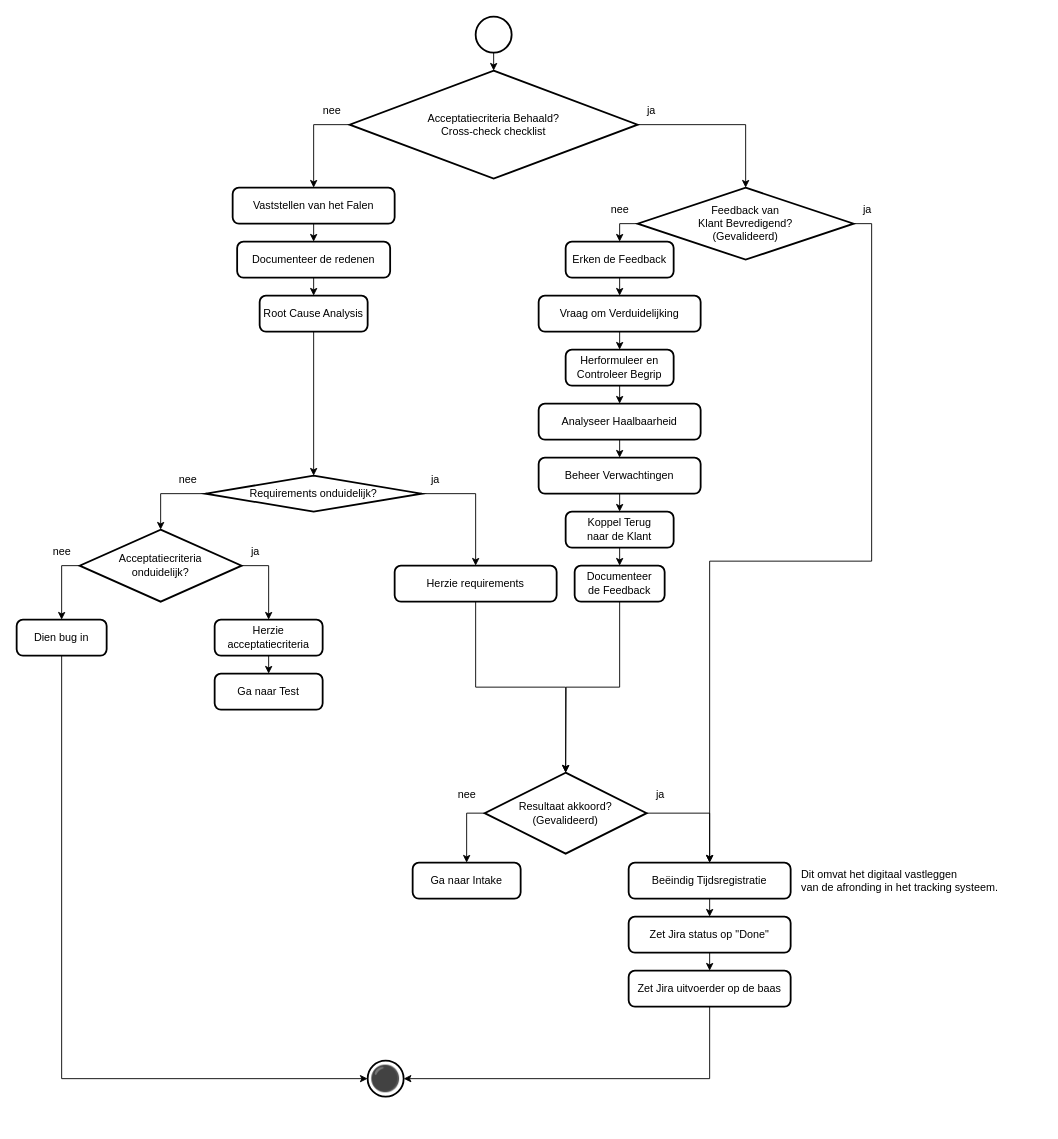
Above: 6 Issue Tracker review.drawio in Zaibatsu89/IssueTracker (draw.io), before the change. Source tidied: cells renumbered, new cells numbered last; positions are measured from the earlier drawing's top-left corner, leaving out a move shared by most shapes. Both pictures are drawn from the tidied source at 90%, with x=0, y=0 at pixel (16, 16).
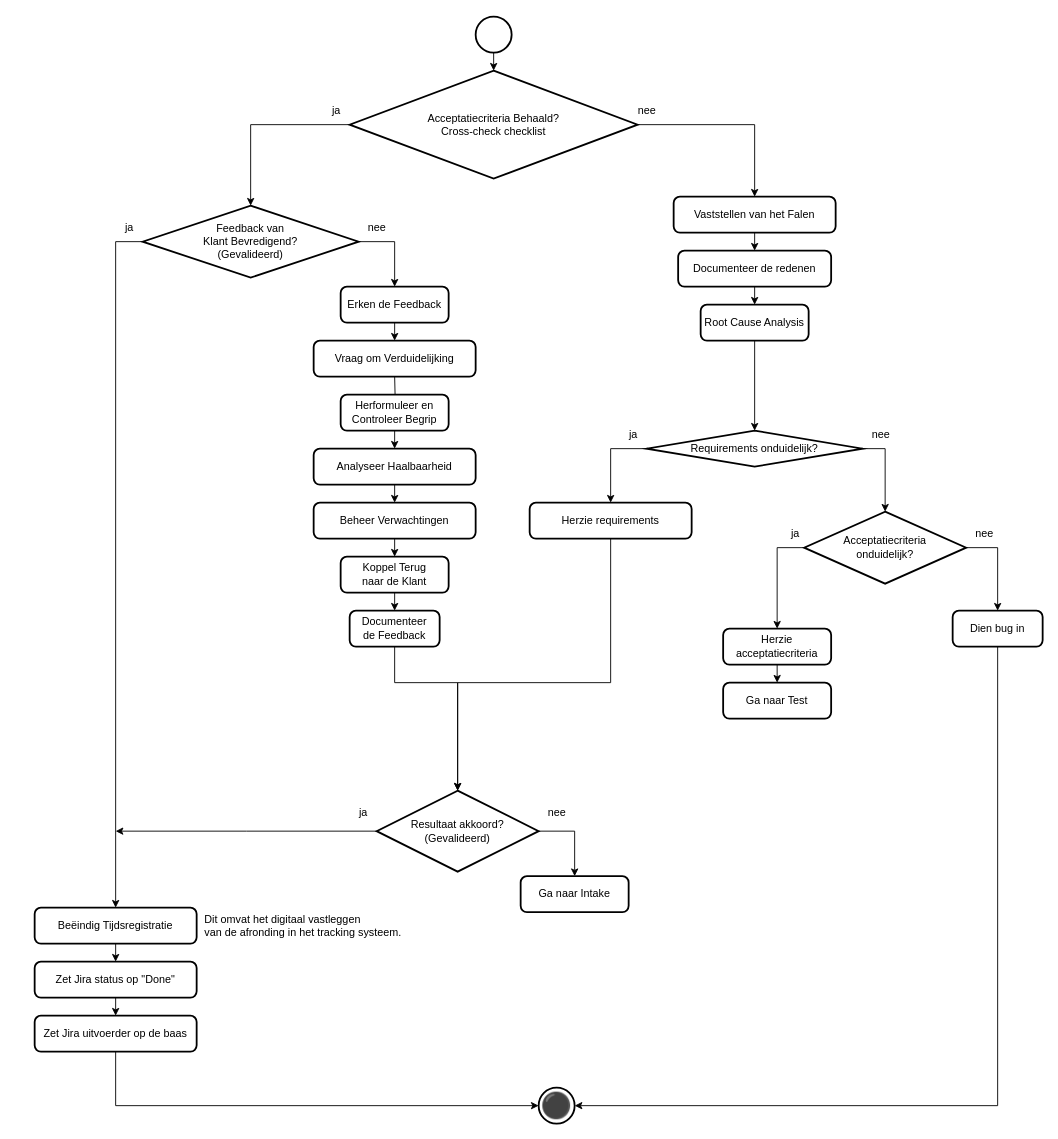
The same page after the edit.

Commit message:
Wissel ja en nee in review flowchart

The change refers to these unchanged cells:
```xml
<mxCell id="4" value="Acceptatiecriteria Behaald?&lt;br&gt;Cross-check checklist" style="strokeWidth=2;html=1;shape=mxgraph.flowchart.decision;whiteSpace=wrap;" parent="1" vertex="1">
  <mxGeometry x="370" y="60" width="320" height="120" as="geometry" />
</mxCell>
```

What changed in the source:
```diff
@@
-    <mxCell id="3" style="edgeStyle=orthogonalEdgeStyle;rounded=0;jettySize=auto;html=1;exitX=0;exitY=0.5;exitDx=0;exitDy=0;exitPerimeter=0;entryX=0.5;entryY=0;entryDx=0;entryDy=0;" parent="1" edge="1" source="4" target="7">
+    <mxCell id="3" style="edgeStyle=orthogonalEdgeStyle;rounded=0;jettySize=auto;html=1;exitX=1;exitY=0.5;exitDx=0;exitDy=0;exitPerimeter=0;entryX=0.5;entryY=0;entryDx=0;entryDy=0;" parent="1" edge="1" source="4" target="7">
       <mxGeometry relative="1" as="geometry" />
     </mxCell>
@@
     <mxCell id="7" value="Vaststellen van het Falen" style="rounded=1;whiteSpace=wrap;html=1;absoluteArcSize=1;arcSize=14;strokeWidth=2;" parent="1" vertex="1">
-      <mxGeometry x="240" y="190" width="180" height="40" as="geometry" />
+      <mxGeometry x="730" y="200" width="180" height="40" as="geometry" />
     </mxCell>
-    <mxCell id="8" value="nee" style="text;html=1;align=center;verticalAlign=middle;strokeColor=none;fillColor=none;" parent="1" vertex="1">
-      <mxGeometry x="330" y="90" width="40" height="30" as="geometry" />
+    <mxCell id="8" value="ja" style="text;html=1;align=center;verticalAlign=middle;strokeColor=none;fillColor=none;" parent="1" vertex="1">
+      <mxGeometry x="340" y="90" width="30" height="30" as="geometry" />
     </mxCell>
@@
     <mxCell id="10" value="Documenteer de redenen" style="rounded=1;whiteSpace=wrap;html=1;absoluteArcSize=1;arcSize=14;strokeWidth=2;" parent="1" vertex="1">
-      <mxGeometry x="245" y="250" width="170" height="40" as="geometry" />
+      <mxGeometry x="735" y="260" width="170" height="40" as="geometry" />
     </mxCell>
-    <mxCell id="11" style="edgeStyle=orthogonalEdgeStyle;rounded=0;jettySize=auto;html=1;exitX=0;exitY=0.5;exitDx=0;exitDy=0;exitPerimeter=0;entryX=0.5;entryY=0;entryDx=0;entryDy=0;" parent="1" edge="1" source="13" target="16">
+    <mxCell id="11" style="edgeStyle=orthogonalEdgeStyle;rounded=0;jettySize=auto;html=1;exitX=1;exitY=0.5;exitDx=0;exitDy=0;exitPerimeter=0;entryX=0.5;entryY=0;entryDx=0;entryDy=0;" parent="1" edge="1" source="13" target="16">
       <mxGeometry relative="1" as="geometry" />
     </mxCell>
-    <mxCell id="12" style="edgeStyle=orthogonalEdgeStyle;rounded=0;jettySize=auto;html=1;exitX=1;exitY=0.5;exitDx=0;exitDy=0;exitPerimeter=0;entryX=0.5;entryY=0;entryDx=0;entryDy=0;" parent="1" edge="1" source="13" target="18">
+    <mxCell id="12" style="edgeStyle=orthogonalEdgeStyle;rounded=0;jettySize=auto;html=1;exitX=0;exitY=0.5;exitDx=0;exitDy=0;exitPerimeter=0;entryX=0.5;entryY=0;entryDx=0;entryDy=0;" parent="1" edge="1" source="13" target="18">
       <mxGeometry relative="1" as="geometry" />
     </mxCell>
     <mxCell id="13" value="Feedback van&lt;br&gt;Klant Bevredigend?&lt;br&gt;(Gevalideerd)" style="strokeWidth=2;html=1;shape=mxgraph.flowchart.decision;whiteSpace=wrap;" parent="1" vertex="1">
-      <mxGeometry x="690" y="190" width="240" height="80" as="geometry" />
+      <mxGeometry x="140" y="210" width="240" height="80" as="geometry" />
     </mxCell>
-    <mxCell id="14" value="ja" style="text;html=1;align=center;verticalAlign=middle;strokeColor=none;fillColor=none;" parent="1" vertex="1">
-      <mxGeometry x="690" y="90" width="30" height="30" as="geometry" />
+    <mxCell id="14" value="nee" style="text;html=1;align=center;verticalAlign=middle;strokeColor=none;fillColor=none;" parent="1" vertex="1">
+      <mxGeometry x="680" y="90" width="40" height="30" as="geometry" />
     </mxCell>
     <mxCell id="15" style="edgeStyle=orthogonalEdgeStyle;rounded=0;jettySize=auto;html=1;exitX=0.5;exitY=1;exitDx=0;exitDy=0;entryX=0.5;entryY=0;entryDx=0;entryDy=0;" parent="1" edge="1" source="16">
       <mxGeometry relative="1" as="geometry">
-        <mxPoint x="670" y="310" as="targetPoint" />
+        <mxPoint x="420" y="360" as="targetPoint" />
       </mxGeometry>
     </mxCell>
     <mxCell id="16" value="Erken de Feedback" style="rounded=1;whiteSpace=wrap;html=1;absoluteArcSize=1;arcSize=14;strokeWidth=2;" parent="1" vertex="1">
-      <mxGeometry x="610" y="250" width="120" height="40" as="geometry" />
+      <mxGeometry x="360" y="300" width="120" height="40" as="geometry" />
     </mxCell>
@@
     <mxCell id="18" value="Beëindig Tijdsregistratie" style="rounded=1;whiteSpace=wrap;html=1;absoluteArcSize=1;arcSize=14;strokeWidth=2;" parent="1" vertex="1">
-      <mxGeometry x="680" y="940" width="180" height="40" as="geometry" />
+      <mxGeometry x="20" y="990" width="180" height="40" as="geometry" />
     </mxCell>
-    <mxCell id="19" value="nee" style="text;html=1;align=center;verticalAlign=middle;strokeColor=none;fillColor=none;" parent="1" vertex="1">
-      <mxGeometry x="650" y="200" width="40" height="30" as="geometry" />
-    </mxCell>
-    <mxCell id="20" value="ja" style="text;html=1;align=center;verticalAlign=middle;strokeColor=none;fillColor=none;" parent="1" vertex="1">
-      <mxGeometry x="930" y="200" width="30" height="30" as="geometry" />
+    <mxCell id="20" value="nee" style="text;html=1;align=center;verticalAlign=middle;strokeColor=none;fillColor=none;" parent="1" vertex="1">
+      <mxGeometry x="380" y="220" width="40" height="30" as="geometry" />
     </mxCell>
     <mxCell id="21" value="⚫" style="strokeWidth=2;html=1;shape=mxgraph.flowchart.start_2;whiteSpace=wrap;fontSize=28;" parent="1" vertex="1">
-      <mxGeometry x="390" y="1160" width="40" height="40" as="geometry" />
+      <mxGeometry x="580" y="1190" width="40" height="40" as="geometry" />
     </mxCell>
@@
     <mxCell id="23" value="Zet Jira status op &quot;Done&quot;" style="rounded=1;whiteSpace=wrap;html=1;absoluteArcSize=1;arcSize=14;strokeWidth=2;" parent="1" vertex="1">
-      <mxGeometry x="680" y="1000" width="180" height="40" as="geometry" />
+      <mxGeometry x="20" y="1050" width="180" height="40" as="geometry" />
     </mxCell>
     <mxCell id="24" value="Zet Jira uitvoerder op de baas" style="rounded=1;whiteSpace=wrap;html=1;absoluteArcSize=1;arcSize=14;strokeWidth=2;" parent="1" vertex="1">
-      <mxGeometry x="680" y="1060" width="180" height="40" as="geometry" />
+      <mxGeometry x="20" y="1110" width="180" height="40" as="geometry" />
     </mxCell>
     <mxCell id="25" value="Root Cause Analysis" style="rounded=1;whiteSpace=wrap;html=1;absoluteArcSize=1;arcSize=14;strokeWidth=2;" parent="1" vertex="1">
-      <mxGeometry x="270" y="310" width="120" height="40" as="geometry" />
+      <mxGeometry x="760" y="320" width="120" height="40" as="geometry" />
     </mxCell>
-    <mxCell id="26" style="edgeStyle=orthogonalEdgeStyle;rounded=0;jettySize=auto;html=1;exitX=1;exitY=0.5;exitDx=0;exitDy=0;exitPerimeter=0;entryX=0.5;entryY=0;entryDx=0;entryDy=0;" parent="1" edge="1" source="27" target="29">
+    <mxCell id="26" style="edgeStyle=orthogonalEdgeStyle;rounded=0;jettySize=auto;html=1;exitX=0;exitY=0.5;exitDx=0;exitDy=0;exitPerimeter=0;entryX=0.5;entryY=0;entryDx=0;entryDy=0;" parent="1" edge="1" source="27" target="29">
       <mxGeometry relative="1" as="geometry" />
     </mxCell>
     <mxCell id="27" value="Requirements onduidelijk?" style="strokeWidth=2;html=1;shape=mxgraph.flowchart.decision;whiteSpace=wrap;" parent="1" vertex="1">
-      <mxGeometry x="210" y="510" width="240" height="40" as="geometry" />
+      <mxGeometry x="700" y="460" width="240" height="40" as="geometry" />
     </mxCell>
@@
     <mxCell id="29" value="Herzie requirements" style="rounded=1;whiteSpace=wrap;html=1;absoluteArcSize=1;arcSize=14;strokeWidth=2;" parent="1" vertex="1">
-      <mxGeometry x="420" y="610" width="180" height="40" as="geometry" />
+      <mxGeometry x="570" y="540" width="180" height="40" as="geometry" />
     </mxCell>
+    <mxCell id="31" style="edgeStyle=orthogonalEdgeStyle;rounded=0;jettySize=auto;html=1;exitX=1;exitY=0.5;exitDx=0;exitDy=0;exitPerimeter=0;entryX=0.5;entryY=0;entryDx=0;entryDy=0;" parent="1" edge="1" source="32" target="38">
+      <mxGeometry relative="1" as="geometry" />
+    </mxCell>
-    <mxCell id="30" style="edgeStyle=orthogonalEdgeStyle;rounded=0;jettySize=auto;html=1;exitX=1;exitY=0.5;exitDx=0;exitDy=0;exitPerimeter=0;entryX=0.5;entryY=0;entryDx=0;entryDy=0;" parent="1" edge="1" source="32" target="37">
+    <mxCell id="30" style="edgeStyle=orthogonalEdgeStyle;rounded=0;jettySize=auto;html=1;entryX=0.5;entryY=0;entryDx=0;entryDy=0;exitX=0;exitY=0.5;exitDx=0;exitDy=0;exitPerimeter=0;" parent="1" edge="1" source="32" target="37">
       <mxGeometry relative="1" as="geometry" />
     </mxCell>
-    <mxCell id="31" style="edgeStyle=orthogonalEdgeStyle;rounded=0;jettySize=auto;html=1;exitX=0;exitY=0.5;exitDx=0;exitDy=0;exitPerimeter=0;entryX=0.5;entryY=0;entryDx=0;entryDy=0;" parent="1" edge="1" source="32" target="38">
-      <mxGeometry relative="1" as="geometry" />
-    </mxCell>
     <mxCell id="32" value="Acceptatiecriteria&lt;br&gt;onduidelijk?" style="strokeWidth=2;html=1;shape=mxgraph.flowchart.decision;whiteSpace=wrap;" parent="1" vertex="1">
-      <mxGeometry x="70" y="570" width="180" height="80" as="geometry" />
+      <mxGeometry x="875" y="550" width="180" height="80" as="geometry" />
     </mxCell>
-    <mxCell id="33" style="edgeStyle=orthogonalEdgeStyle;rounded=0;jettySize=auto;html=1;exitX=0;exitY=0.5;exitDx=0;exitDy=0;exitPerimeter=0;entryX=0.5;entryY=0;entryDx=0;entryDy=0;entryPerimeter=0;" parent="1" edge="1" source="27" target="32">
-      <mxGeometry relative="1" as="geometry" />
-    </mxCell>
-    <mxCell id="34" value="ja" style="text;html=1;align=center;verticalAlign=middle;strokeColor=none;fillColor=none;" parent="1" vertex="1">
-      <mxGeometry x="450" y="500" width="30" height="30" as="geometry" />
+    <mxCell id="34" value="nee" style="text;html=1;align=center;verticalAlign=middle;strokeColor=none;fillColor=none;" parent="1" vertex="1">
+      <mxGeometry x="940" y="450" width="40" height="30" as="geometry" />
     </mxCell>
-    <mxCell id="35" value="nee" style="text;html=1;align=center;verticalAlign=middle;strokeColor=none;fillColor=none;" parent="1" vertex="1">
-      <mxGeometry x="170" y="500" width="40" height="30" as="geometry" />
+    <mxCell id="35" value="ja" style="text;html=1;align=center;verticalAlign=middle;strokeColor=none;fillColor=none;" parent="1" vertex="1">
+      <mxGeometry x="670" y="450" width="30" height="30" as="geometry" />
     </mxCell>
@@
     <mxCell id="37" value="Herzie&lt;br&gt;acceptatiecriteria" style="rounded=1;whiteSpace=wrap;html=1;absoluteArcSize=1;arcSize=14;strokeWidth=2;" parent="1" vertex="1">
-      <mxGeometry x="220" y="670" width="120" height="40" as="geometry" />
+      <mxGeometry x="785" y="680" width="120" height="40" as="geometry" />
     </mxCell>
     <mxCell id="38" value="Dien bug in" style="rounded=1;whiteSpace=wrap;html=1;absoluteArcSize=1;arcSize=14;strokeWidth=2;" parent="1" vertex="1">
-      <mxGeometry y="670" width="100" height="40" as="geometry" />
+      <mxGeometry x="1040" y="660" width="100" height="40" as="geometry" />
     </mxCell>
     <mxCell id="39" value="Ga naar Test" style="rounded=1;whiteSpace=wrap;html=1;absoluteArcSize=1;arcSize=14;strokeWidth=2;" parent="1" vertex="1">
-      <mxGeometry x="220" y="730" width="120" height="40" as="geometry" />
+      <mxGeometry x="785" y="740" width="120" height="40" as="geometry" />
     </mxCell>
-    <mxCell id="40" value="nee" style="text;html=1;align=center;verticalAlign=middle;strokeColor=none;fillColor=none;" parent="1" vertex="1">
-      <mxGeometry x="30" y="580" width="40" height="30" as="geometry" />
+    <mxCell id="40" value="ja" style="text;html=1;align=center;verticalAlign=middle;strokeColor=none;fillColor=none;" parent="1" vertex="1">
+      <mxGeometry x="850" y="560" width="30" height="30" as="geometry" />
     </mxCell>
-    <mxCell id="41" value="ja" style="text;html=1;align=center;verticalAlign=middle;strokeColor=none;fillColor=none;" parent="1" vertex="1">
-      <mxGeometry x="250" y="580" width="30" height="30" as="geometry" />
+    <mxCell id="41" value="nee" style="text;html=1;align=center;verticalAlign=middle;strokeColor=none;fillColor=none;" parent="1" vertex="1">
+      <mxGeometry x="1055" y="560" width="40" height="30" as="geometry" />
     </mxCell>
-    <mxCell id="42" style="edgeStyle=orthogonalEdgeStyle;rounded=0;jettySize=auto;html=1;exitX=0.5;exitY=1;exitDx=0;exitDy=0;entryX=0.5;entryY=0;entryDx=0;entryDy=0;" parent="1" edge="1" target="45">
+    <mxCell id="42" style="edgeStyle=orthogonalEdgeStyle;rounded=0;jettySize=auto;html=1;exitX=0.5;exitY=1;exitDx=0;exitDy=0;" parent="1" edge="1" target="45">
       <mxGeometry relative="1" as="geometry">
-        <mxPoint x="670" y="350" as="sourcePoint" />
+        <mxPoint x="420" y="400" as="sourcePoint" />
       </mxGeometry>
     </mxCell>
     <mxCell id="43" value="Vraag om Verduidelijking" style="rounded=1;whiteSpace=wrap;html=1;absoluteArcSize=1;arcSize=14;strokeWidth=2;" parent="1" vertex="1">
-      <mxGeometry x="580" y="310" width="180" height="40" as="geometry" />
+      <mxGeometry x="330" y="360" width="180" height="40" as="geometry" />
     </mxCell>
     <mxCell id="44" style="edgeStyle=orthogonalEdgeStyle;rounded=0;jettySize=auto;html=1;exitX=0.5;exitY=1;exitDx=0;exitDy=0;entryX=0.5;entryY=0;entryDx=0;entryDy=0;" parent="1" edge="1" source="45">
       <mxGeometry relative="1" as="geometry">
-        <mxPoint x="670" y="430" as="targetPoint" />
+        <mxPoint x="420" y="480" as="targetPoint" />
       </mxGeometry>
     </mxCell>
     <mxCell id="45" value="Herformuleer en Controleer Begrip" style="rounded=1;whiteSpace=wrap;html=1;absoluteArcSize=1;arcSize=14;strokeWidth=2;" parent="1" vertex="1">
-      <mxGeometry x="610" y="370" width="120" height="40" as="geometry" />
+      <mxGeometry x="360" y="420" width="120" height="40" as="geometry" />
     </mxCell>
     <mxCell id="46" style="edgeStyle=orthogonalEdgeStyle;rounded=0;orthogonalLoop=1;jettySize=auto;html=1;exitX=0.5;exitY=1;exitDx=0;exitDy=0;entryX=0.5;entryY=0;entryDx=0;entryDy=0;" parent="1" edge="1">
       <mxGeometry relative="1" as="geometry">
-        <mxPoint x="670" y="470" as="sourcePoint" />
-        <mxPoint x="670" y="490" as="targetPoint" />
+        <mxPoint x="420" y="520" as="sourcePoint" />
+        <mxPoint x="420" y="540" as="targetPoint" />
       </mxGeometry>
     </mxCell>
     <mxCell id="47" value="Analyseer Haalbaarheid" style="rounded=1;whiteSpace=wrap;html=1;absoluteArcSize=1;arcSize=14;strokeWidth=2;" parent="1" vertex="1">
-      <mxGeometry x="580" y="430" width="180" height="40" as="geometry" />
+      <mxGeometry x="330" y="480" width="180" height="40" as="geometry" />
     </mxCell>
@@
     <mxCell id="49" value="Beheer Verwachtingen" style="rounded=1;whiteSpace=wrap;html=1;absoluteArcSize=1;arcSize=14;strokeWidth=2;" parent="1" vertex="1">
-      <mxGeometry x="580" y="490" width="180" height="40" as="geometry" />
+      <mxGeometry x="330" y="540" width="180" height="40" as="geometry" />
     </mxCell>
@@
     <mxCell id="51" value="Koppel Terug&lt;br&gt;naar de Klant" style="rounded=1;whiteSpace=wrap;html=1;absoluteArcSize=1;arcSize=14;strokeWidth=2;" parent="1" vertex="1">
-      <mxGeometry x="610" y="550" width="120" height="40" as="geometry" />
+      <mxGeometry x="360" y="600" width="120" height="40" as="geometry" />
     </mxCell>
-    <mxCell id="52" style="edgeStyle=orthogonalEdgeStyle;rounded=0;jettySize=auto;html=1;exitX=0.5;exitY=1;exitDx=0;exitDy=0;" parent="1" edge="1" source="53">
-      <mxGeometry relative="1" as="geometry">
-        <mxPoint x="610" y="840" as="targetPoint" />
-      </mxGeometry>
-    </mxCell>
     <mxCell id="53" value="Documenteer&lt;br&gt;de Feedback" style="rounded=1;whiteSpace=wrap;html=1;absoluteArcSize=1;arcSize=14;strokeWidth=2;" parent="1" vertex="1">
-      <mxGeometry x="620" y="610" width="100" height="40" as="geometry" />
+      <mxGeometry x="370" y="660" width="100" height="40" as="geometry" />
     </mxCell>
-    <mxCell id="54" style="edgeStyle=orthogonalEdgeStyle;rounded=0;jettySize=auto;html=1;exitX=0;exitY=0.5;exitDx=0;exitDy=0;exitPerimeter=0;entryX=0.5;entryY=0;entryDx=0;entryDy=0;" parent="1" edge="1" source="56" target="60">
+    <mxCell id="54" style="edgeStyle=orthogonalEdgeStyle;rounded=0;jettySize=auto;html=1;exitX=1;exitY=0.5;exitDx=0;exitDy=0;exitPerimeter=0;entryX=0.5;entryY=0;entryDx=0;entryDy=0;" parent="1" edge="1" source="56" target="60">
       <mxGeometry relative="1" as="geometry" />
     </mxCell>
-    <mxCell id="55" style="edgeStyle=orthogonalEdgeStyle;rounded=0;jettySize=auto;html=1;exitX=1;exitY=0.5;exitDx=0;exitDy=0;exitPerimeter=0;entryX=0.5;entryY=0;entryDx=0;entryDy=0;" parent="1" edge="1" source="56" target="18">
-      <mxGeometry relative="1" as="geometry" />
-    </mxCell>
+    <mxCell id="65" style="edgeStyle=orthogonalEdgeStyle;rounded=0;jettySize=auto;html=1;" parent="1" edge="1" source="56">
+      <mxGeometry relative="1" as="geometry">
+        <mxPoint x="110" y="905" as="targetPoint" />
+      </mxGeometry>
+    </mxCell>
     <mxCell id="56" value="Resultaat akkoord? (Gevalideerd)" style="strokeWidth=2;html=1;shape=mxgraph.flowchart.decision;whiteSpace=wrap;" parent="1" vertex="1">
-      <mxGeometry x="520" y="840" width="180" height="90" as="geometry" />
+      <mxGeometry x="400" y="860" width="180" height="90" as="geometry" />
     </mxCell>
-    <mxCell id="57" style="edgeStyle=orthogonalEdgeStyle;rounded=0;jettySize=auto;html=1;exitX=0.5;exitY=1;exitDx=0;exitDy=0;entryX=0;entryY=0.5;entryDx=0;entryDy=0;entryPerimeter=0;" parent="1" edge="1" source="38" target="21">
-      <mxGeometry relative="1" as="geometry" />
-    </mxCell>
-    <mxCell id="58" style="edgeStyle=orthogonalEdgeStyle;rounded=0;jettySize=auto;html=1;exitX=0.5;exitY=1;exitDx=0;exitDy=0;entryX=1;entryY=0.5;entryDx=0;entryDy=0;entryPerimeter=0;" parent="1" edge="1" source="24" target="21">
-      <mxGeometry relative="1" as="geometry" />
-    </mxCell>
-    <mxCell id="59" value="ja" style="text;html=1;align=center;verticalAlign=middle;strokeColor=none;fillColor=none;" parent="1" vertex="1">
-      <mxGeometry x="700" y="850" width="30" height="30" as="geometry" />
+    <mxCell id="59" value="nee" style="text;html=1;align=center;verticalAlign=middle;strokeColor=none;fillColor=none;" parent="1" vertex="1">
+      <mxGeometry x="580" y="870" width="40" height="30" as="geometry" />
     </mxCell>
     <mxCell id="60" value="Ga naar Intake" style="rounded=1;whiteSpace=wrap;html=1;absoluteArcSize=1;arcSize=14;strokeWidth=2;" parent="1" vertex="1">
-      <mxGeometry x="440" y="940" width="120" height="40" as="geometry" />
+      <mxGeometry x="560" y="955" width="120" height="40" as="geometry" />
     </mxCell>
-    <mxCell id="61" value="nee" style="text;html=1;align=center;verticalAlign=middle;strokeColor=none;fillColor=none;" parent="1" vertex="1">
-      <mxGeometry x="480" y="850" width="40" height="30" as="geometry" />
+    <mxCell id="61" value="ja" style="text;html=1;align=center;verticalAlign=middle;strokeColor=none;fillColor=none;" parent="1" vertex="1">
+      <mxGeometry x="370" y="870" width="30" height="30" as="geometry" />
     </mxCell>
     <mxCell id="62" style="edgeStyle=orthogonalEdgeStyle;rounded=0;jettySize=auto;html=1;exitX=0.5;exitY=1;exitDx=0;exitDy=0;entryX=0.5;entryY=0;entryDx=0;entryDy=0;entryPerimeter=0;" parent="1" edge="1" source="29" target="56">
-      <mxGeometry relative="1" as="geometry" />
+      <mxGeometry relative="1" as="geometry">
+        <Array as="points">
+          <mxPoint x="660" y="740" />
+          <mxPoint x="490" y="740" />
+        </Array>
+      </mxGeometry>
     </mxCell>
+    <mxCell id="64" value="Dit omvat het digitaal vastleggen&lt;br&gt;van de afronding in het tracking systeem." style="text;html=1;align=left;verticalAlign=middle;strokeColor=none;fillColor=none;" parent="1" vertex="1">
+      <mxGeometry x="207" y="995" width="270" height="30" as="geometry" />
+    </mxCell>
+    <mxCell id="33" style="edgeStyle=orthogonalEdgeStyle;rounded=0;jettySize=auto;html=1;exitX=1;exitY=0.5;exitDx=0;exitDy=0;exitPerimeter=0;entryX=0.5;entryY=0;entryDx=0;entryDy=0;entryPerimeter=0;" parent="1" edge="1" source="27" target="32">
+      <mxGeometry relative="1" as="geometry" />
+    </mxCell>
+    <mxCell id="57" style="edgeStyle=orthogonalEdgeStyle;rounded=0;jettySize=auto;html=1;entryX=1;entryY=0.5;entryDx=0;entryDy=0;entryPerimeter=0;" parent="1" edge="1" source="38" target="21">
+      <mxGeometry relative="1" as="geometry">
+        <Array as="points">
+          <mxPoint x="1090" y="1210" />
+        </Array>
+      </mxGeometry>
+    </mxCell>
-    <mxCell id="63" style="edgeStyle=orthogonalEdgeStyle;rounded=0;jettySize=auto;html=1;exitX=1;exitY=0.5;exitDx=0;exitDy=0;exitPerimeter=0;entryX=0.5;entryY=0;entryDx=0;entryDy=0;entryPerimeter=0;" parent="1" edge="1" source="4" target="13">
+    <mxCell id="63" style="edgeStyle=orthogonalEdgeStyle;rounded=0;jettySize=auto;html=1;exitX=0;exitY=0.5;exitDx=0;exitDy=0;exitPerimeter=0;entryX=0.5;entryY=0;entryDx=0;entryDy=0;entryPerimeter=0;" parent="1" edge="1" source="4" target="13">
       <mxGeometry relative="1" as="geometry" />
     </mxCell>
-    <mxCell id="64" value="Dit omvat het digitaal vastleggen&lt;br&gt;van de afronding in het tracking systeem." style="text;html=1;align=left;verticalAlign=middle;strokeColor=none;fillColor=none;" parent="1" vertex="1">
-      <mxGeometry x="870" y="945" width="270" height="30" as="geometry" />
-    </mxCell>
+    <mxCell id="66" value="ja" style="text;html=1;align=center;verticalAlign=middle;strokeColor=none;fillColor=none;" parent="1" vertex="1">
+      <mxGeometry x="110" y="220" width="30" height="30" as="geometry" />
+    </mxCell>
+    <mxCell id="67" style="edgeStyle=orthogonalEdgeStyle;rounded=0;jettySize=auto;html=1;exitX=0.5;exitY=1;exitDx=0;exitDy=0;entryX=0.5;entryY=0;entryDx=0;entryDy=0;entryPerimeter=0;" parent="1" edge="1" source="53" target="56">
+      <mxGeometry relative="1" as="geometry">
+        <Array as="points">
+          <mxPoint x="420" y="740" />
+          <mxPoint x="490" y="740" />
+        </Array>
+      </mxGeometry>
+    </mxCell>
+    <mxCell id="58" style="edgeStyle=orthogonalEdgeStyle;rounded=0;jettySize=auto;html=1;entryX=0;entryY=0.5;entryDx=0;entryDy=0;entryPerimeter=0;" parent="1" edge="1" source="24" target="21">
+      <mxGeometry relative="1" as="geometry">
+        <Array as="points">
+          <mxPoint x="110" y="1210" />
+        </Array>
+      </mxGeometry>
+    </mxCell>
```
